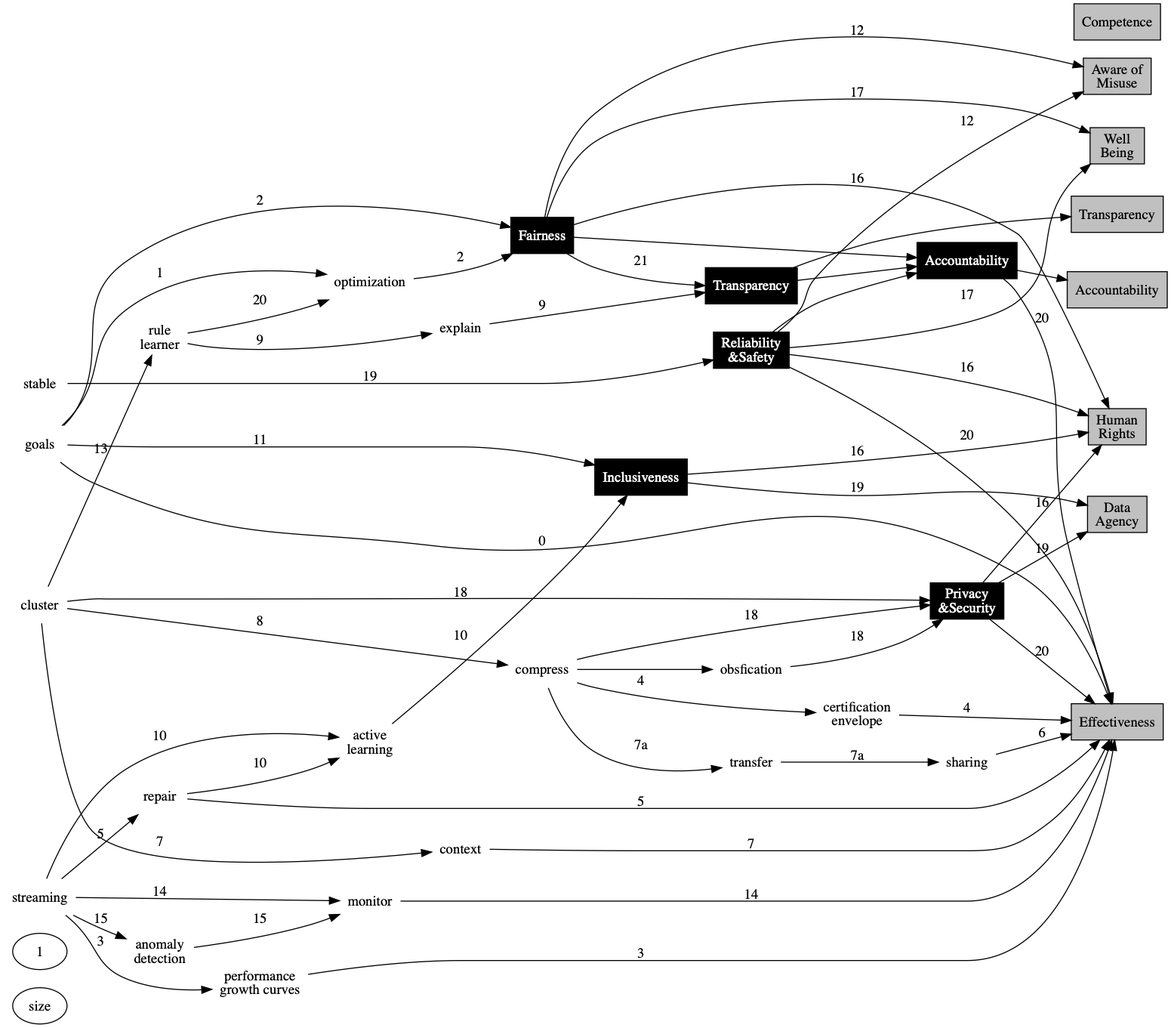
This is img/require.png from knead/code, a Graphviz export, as it was before one commit. Its source is kept beside it as img/require.dot. Its diagram source:
```dot
digraph {
 rankdir=LR


{rank=same; cluster; goals; stream; stable;}
{rank=same; trans1; count1; effect; rite; data; nomiuse;well}
{trans; fair; safe;} -> count
fair -> trans [label=21]
{safe;priv; count;} -> comp [label=20]
{inc; priv; } -> data [label=19]
alearn [label="active\nlearning" shape=none]
goals  [shape=none]
opt  [label=optimization shape=none]
stream  [label=streaming shape=none]
growth  [label="performance\ngrowth curves" shape=none]
compress  [label="compress" shape=none]
env  [label="certification\nenvelope" shape=none]
repair  [label="repair" shape=none]
sharing  [shape=none]
transfer  [shape=none]
cluster  [shape=none]
context  [shape=none]
explain  [shape=none]
monitor  [shape=none]
stable  [shape=none]
obs [label=obsfication shape=none]
anomaly  [label="anomaly\ndetection"shape=none]
fftree  [shape=none label="rule\nlearner"]

fftree  -> opt [label=20]
stable -> safe [label=19]
{cluster; compress -> obs;} -> priv [label=18]
{safe; fair;} -> well [label=17]
{safe; fair; priv; inc; } -> rite [label=16]
stream -> anomaly -> monitor [label=15]
stream -> monitor -> comp [label=14]

cluster -> { fftree;} [label=13]
{safe; fair;} -> nomiuse [label=12]
goals -> inc [label=11]
{stream; repair;} -> alearn -> inc [label=10]

{fftree;  } -> explain  -> {trans;} [label=9]
cluster -> compress [label=8]
cluster -> context -> comp [label=7]
sharing -> comp [label=6]

compress -> transfer -> sharing [label="7a"]
stream -> repair -> comp [label=5]
compress -> env -> comp [label=4]
goals -> comp [label=0]
goals -> opt [label=1]
{goals;opt;} -> fair [label=2]
stream -> growth -> comp [label=3]
trans [label="Transparency" shape=box style=filled fontcolor=white fillcolor=black]
fair [label="Fairness" shape=box style=filled fontcolor=white fillcolor=black]
inc [label="Inclusiveness" shape=box style=filled fontcolor=white fillcolor=black]
safe [label="Reliability\n&Safety" shape=box style=filled fontcolor=white fillcolor=black]
priv [label="Privacy\n&Security" shape=box style=filled fontcolor=white fillcolor=black]
count [label="Accountability" shape=box style=filled fontcolor=white fillcolor=black]

rite [label="Human\nRights" shape=box style=filled fillcolor=gray]
well [label="Well\nBeing" shape=box style=filled fillcolor=gray]
data [label="Data\nAgency" shape=box style=filled fillcolor=gray]
effect [label="Competence" shape=box style=filled fillcolor=gray]
trans1 [label="Transparency" shape=box style=filled fillcolor=gray]
count1 [label="Accountability" shape=box style=filled fillcolor=gray]
nomiuse [label="Aware of\nMisuse" shape=box style=filled fillcolor=gray]
comp [label="Effectiveness" shape=box style=filled fillcolor=gray]


trans-> trans1
count -> count1

}
```
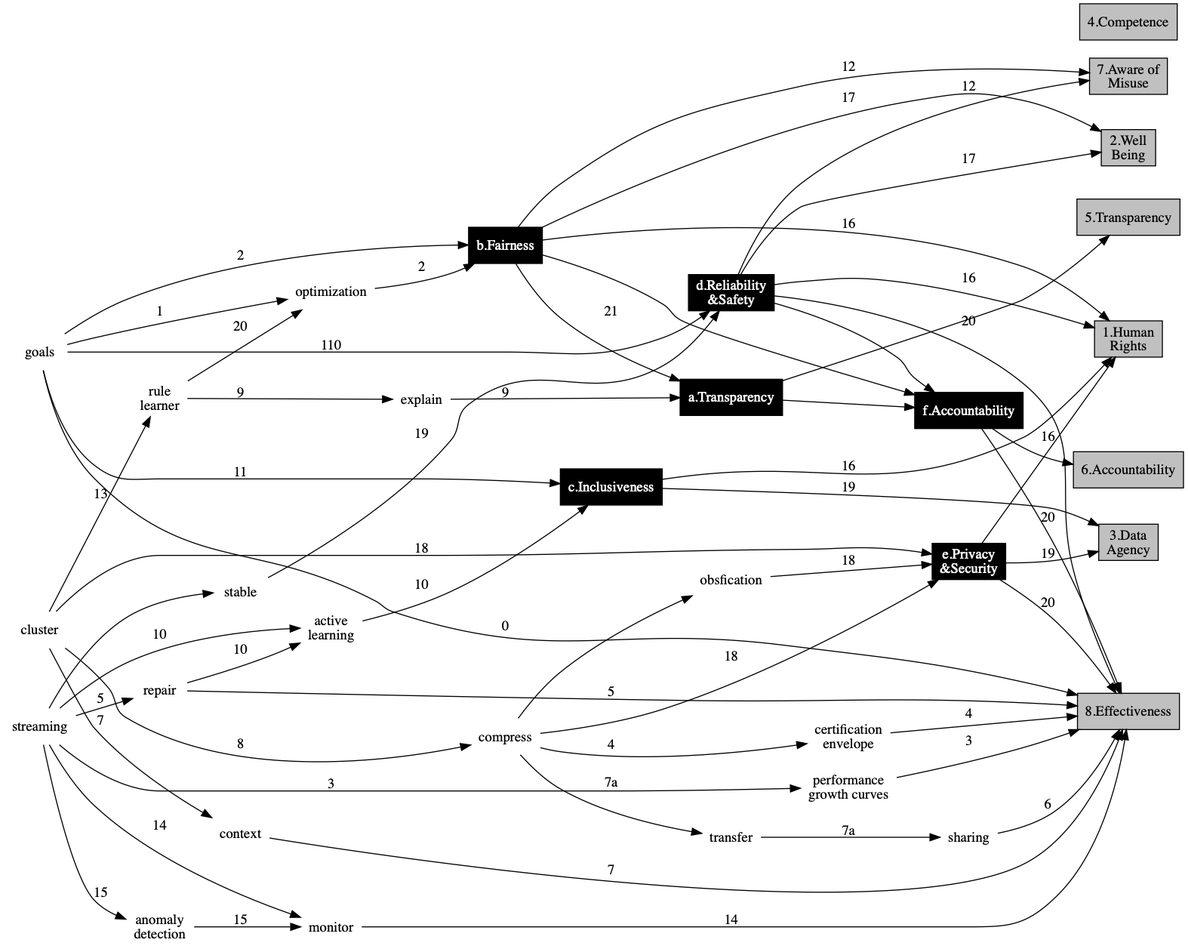
After the change.

Diff of the diagram source:
```diff
@@ -1,15 +1,133 @@
 digraph {
  rankdir=LR
+{rank=same; trans1; count1; effect; rite; data; nomiuse;well}
+
+/*
+
+The following diagram shows one way to map the Microsoft principles (the black shaded nodes marked
+a,b,c,d,e,f)
+into the IEEE principles (the gray sharded nodes marked 1,2,3,4,5,6,7,8):
 
 
-{rank=same; cluster; goals; stream; stable;}
-{rank=same; trans1; count1; effect; rite; data; nomiuse;well}
+- _Compentence_ is all itself  since the IEEE definition of that principle seems to be more
+about the developer than the design patterns and algorithms which are being developed.
+- There are two terms with similar meanings mentioned by
+IEEE and Microsfot: _accountability_ and _transparency_.  For simplicity sake, we just link them too each other.
+
+
+This mapping  is hardly definitive since many of these concepts are being rapidly evolved.
+One way to assist in the evolution of these concepts is to define them use discrete maths; i.e. using data structures
+and algorithms-- which is the point of the rest of this chapter.
+
+
+The principles supported bythis design are shown on one side the above diagram.
+The other sode of that daigram shows the modules and algorthms needed to support that design.
+Before exploring those modules and algorithms, we stress three points:
+
+- Most of the concepts in this diagram is not mentioned in a standard machine learning or AI text.
+  That is, ethical-aligned design raises many issues that extend our thinking far away from traditional approaches.
+- While this diagram looks complex, t reallly isn't. Much of  its complexity is in the mapping between
+  the IEEE and Microsoft principles. Apart from that, a few modules are enough to support most of this
+  ethically-aligned design. This chapters describes those modules, in broad strokes. Our sample source
+  code offers much more details on thise modules.
+- The aim of the following is to get software engineers
+   thinking about how to better design their systems.
+   So while the following is **one** way, it is by not means  **the only** way, to design
+  for ethical AI.
+We hope that the reader's
+reaction to the this design  would be: "Hey! there's a better way to
+do this!" or "This code does not handle ABC so I propose DEF".
+
+
+Three core concepts in that design are goals, clustering and streaming.
+
+*/
+goals  [shape=none]
+goals -> opt [label=1]
+/*
+
+
+Project managers can make a very large number of decsions about a
+project. Different kinds of projects have different definitoons
+of what is "best". For example:
+
+-  For safety critical applications, the goal
+is ultra-relibaility. For such systems, it is reasonable
+to spend much effort to fund most errors in a system.
+- For other kinds of applications (e.g. rushing out a new software game so
+this organization can secure the cash flow needed for next month's salaries)
+it it is reasonable to skip over low-priority bugs, just to ship the product sooner.
+
+The point here is that we cannot talk about a system's safety and realibaility, unless
+we know its goals. Without those goals, we cannot define
+what "unsafe conditions" mean, nor do we know
+what
+services must always be reliabled offered.
+Hemce we say:
+
+
+    goals -> reliability&safety
+
+*/
+    goals -> safe [label=110]
+
+/*
+Many learning systems have goals hardwired into them (e.g. reduce mean-squared error or reduce entropy).
+This means that those learning systems built their models to satisfy goal1, even though the generated
+models may be assessed via some other goal2. For example, many learners were developed and debugged
+while building models that maximize the goal of accuracy, which we can define as follows:
+
+- Suppose a test data set contains mixture of things we want to find ($$X$$) and other things ($$\neg X$$).
+- Suppose some learner looks at that data to guess  that some things are $$X$$ and some are not.
+- This leads to the following matrix:
+
+|notX| X  | &lt-- classified as
+|---|-------|-------------------
+| A |  C    | notX
+| B |  D    | X
+
+_Accuracy_ is all the correct gueses; i.e. $$\mathit{accuracy}=\frac{A+B}(A+B+C+D}$$.
+Other goals of interest might be _recall_ which is how of the target things did we find
+(so $$\mathit{recall}=\frac{D}{B+D}$$) or _false alarms_ which is how often
+the learner shows us something we do not care about
+(so $$\mathit{false alarm}=\frac{C}{A+C}$$.)
+
+A
+strange thing about accuracy is that a model can be highly accurate, while still missing most
+of the things we want to find. Consider, for example, a set 1000 software projects of which 100
+are significantly challenged (where "challeged"  might mean things like these projects
+always deliver late or that these projects have a hard time retaining staff). Suppose the results
+from testing that model were as follows:
+
+|notX| X   | &lt-- classified as
+|----|-----|-------------------
+| A=90 |  C=10 | notX
+| B=0  |  D=0  |X
+
+See the problem? This learner is 90\% accurate by only a 10% recall for the things we want to find.
+It turns out that accuracy is not very accurate when the target class is relatively rare (in this case,
+10\%). But if we change to other  XXX
+
+
+
+
+a regresion model might try to learn
+equations that reduce the difference between their predictions and the actual values seen in  training
+data set.
+
+*/
+goals -> inc [label=11]
+goals -> comp [label=0]
+{goals;opt;} -> fair [label=2]
+
+
+stream -> stable
+{rank=same; cluster; goals; stream;}
 {trans; fair; safe;} -> count
 fair -> trans [label=21]
 {safe;priv; count;} -> comp [label=20]
 {inc; priv; } -> data [label=19]
 alearn [label="active\nlearning" shape=none]
-goals  [shape=none]
 opt  [label=optimization shape=none]
 stream  [label=streaming shape=none]
 growth  [label="performance\ngrowth curves" shape=none]
@@ -37,7 +155,6 @@
 
 cluster -> { fftree;} [label=13]
 {safe; fair;} -> nomiuse [label=12]
-goals -> inc [label=11]
 {stream; repair;} -> alearn -> inc [label=10]
 
 {fftree;  } -> explain  -> {trans;} [label=9]
@@ -48,25 +165,22 @@
 compress -> transfer -> sharing [label="7a"]
 stream -> repair -> comp [label=5]
 compress -> env -> comp [label=4]
-goals -> comp [label=0]
-goals -> opt [label=1]
-{goals;opt;} -> fair [label=2]
 stream -> growth -> comp [label=3]
-trans [label="Transparency" shape=box style=filled fontcolor=white fillcolor=black]
-fair [label="Fairness" shape=box style=filled fontcolor=white fillcolor=black]
-inc [label="Inclusiveness" shape=box style=filled fontcolor=white fillcolor=black]
-safe [label="Reliability\n&Safety" shape=box style=filled fontcolor=white fillcolor=black]
-priv [label="Privacy\n&Security" shape=box style=filled fontcolor=white fillcolor=black]
-count [label="Accountability" shape=box style=filled fontcolor=white fillcolor=black]
+trans [label="a.Transparency" shape=box style=filled fontcolor=white fillcolor=black]
+fair [label="b.Fairness" shape=box style=filled fontcolor=white fillcolor=black]
+inc [label="c.Inclusiveness" shape=box style=filled fontcolor=white fillcolor=black]
+safe [label="d.Reliability\n&Safety" shape=box style=filled fontcolor=white fillcolor=black]
+priv [label="e.Privacy\n&Security" shape=box style=filled fontcolor=white fillcolor=black]
+count [label="f.Accountability" shape=box style=filled fontcolor=white fillcolor=black]
 
-rite [label="Human\nRights" shape=box style=filled fillcolor=gray]
-well [label="Well\nBeing" shape=box style=filled fillcolor=gray]
-data [label="Data\nAgency" shape=box style=filled fillcolor=gray]
-effect [label="Competence" shape=box style=filled fillcolor=gray]
-trans1 [label="Transparency" shape=box style=filled fillcolor=gray]
-count1 [label="Accountability" shape=box style=filled fillcolor=gray]
-nomiuse [label="Aware of\nMisuse" shape=box style=filled fillcolor=gray]
-comp [label="Effectiveness" shape=box style=filled fillcolor=gray]
+rite [label="1.Human\nRights" shape=box style=filled fillcolor=gray]
+well [label="2.Well\nBeing" shape=box style=filled fillcolor=gray]
+data [label="3.Data\nAgency" shape=box style=filled fillcolor=gray]
+effect [label="4.Competence" shape=box style=filled fillcolor=gray]
+trans1 [label="5.Transparency" shape=box style=filled fillcolor=gray]
+count1 [label="6.Accountability" shape=box style=filled fillcolor=gray]
+nomiuse [label="7.Aware of\nMisuse" shape=box style=filled fillcolor=gray]
+comp [label="8.Effectiveness" shape=box style=filled fillcolor=gray]
 
 
 trans-> trans1
```
